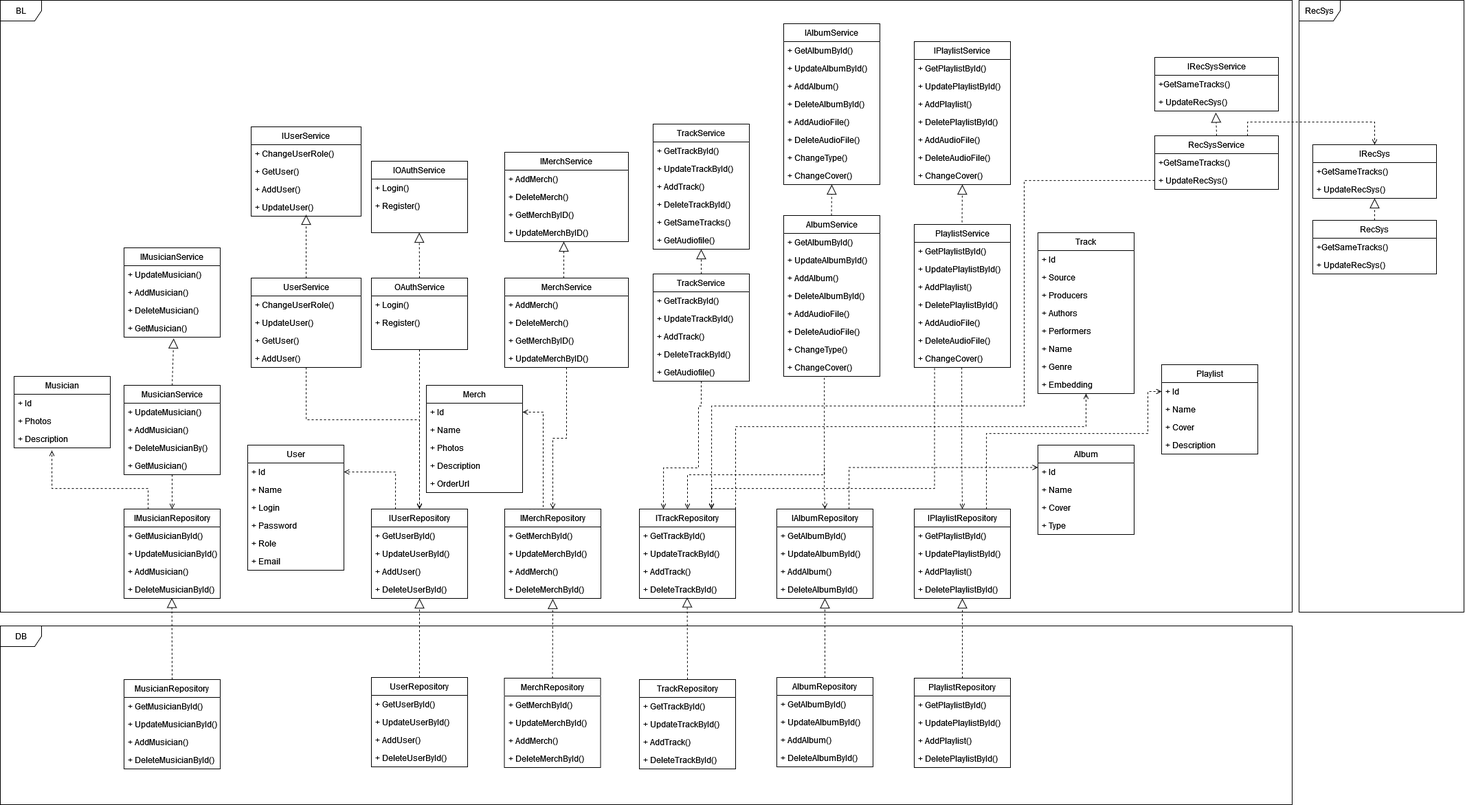
BuldakovMikhail/muzyaka keeps this draw.io diagram as docs/classdiag.png. Above is the earlier version. Source tidied: cells renumbered, new cells last; positions are measured from the earlier drawing's top-left corner, leaving out a move shared by most shapes.
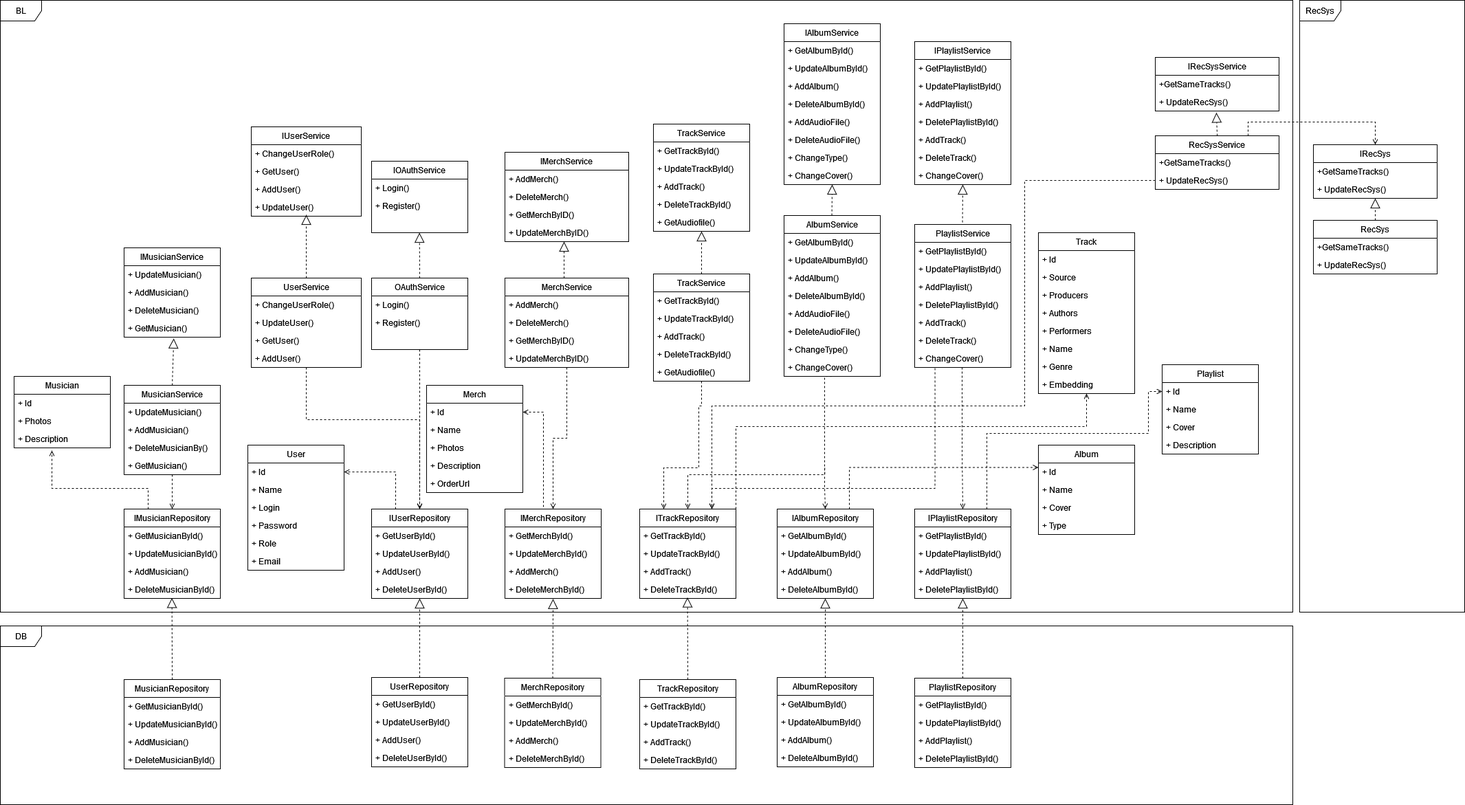
The same diagram one commit later.

Diff of the diagram source:
```diff
@@ -315,7 +315,7 @@
       </mxGeometry>
     </mxCell>
     <mxCell id="96" value="TrackService" style="swimlane;fontStyle=0;horizontal=1;startSize=26;fillColor=none;whiteSpace=wrap;html=1;" parent="1" vertex="1">
-      <mxGeometry x="950" y="180" width="140" height="182" as="geometry" />
+      <mxGeometry x="950" y="180" width="140" height="156" as="geometry" />
     </mxCell>
     <mxCell id="97" value="+ GetTrackById()" style="text;strokeColor=none;fillColor=none;align=left;verticalAlign=top;spacingLeft=4;spacingRight=4;overflow=hidden;whiteSpace=wrap;html=1;" parent="96" vertex="1">
       <mxGeometry y="26" width="140" height="26" as="geometry" />
@@ -329,11 +329,8 @@
     <mxCell id="100" value="+ DeleteTrackById()" style="text;strokeColor=none;fillColor=none;align=left;verticalAlign=top;spacingLeft=4;spacingRight=4;overflow=hidden;whiteSpace=wrap;html=1;" parent="96" vertex="1">
       <mxGeometry y="104" width="140" height="26" as="geometry" />
     </mxCell>
-    <mxCell id="101" value="+ GetSameTracks()" style="text;strokeColor=none;fillColor=none;align=left;verticalAlign=top;spacingLeft=4;spacingRight=4;overflow=hidden;whiteSpace=wrap;html=1;" parent="96" vertex="1">
-      <mxGeometry y="130" width="140" height="26" as="geometry" />
-    </mxCell>
     <mxCell id="102" value="+ GetAudiofile()" style="text;strokeColor=none;fillColor=none;align=left;verticalAlign=top;spacingLeft=4;spacingRight=4;overflow=hidden;points=[[0,0.5],[1,0.5]];portConstraint=eastwest;whiteSpace=wrap;html=1;" parent="96" vertex="1">
-      <mxGeometry y="156" width="140" height="26" as="geometry" />
+      <mxGeometry y="130" width="140" height="26" as="geometry" />
     </mxCell>
     <mxCell id="103" style="endArrow=block;dashed=1;endFill=0;endSize=12;html=1;rounded=0;exitX=0.5;exitY=0;exitDx=0;exitDy=0;" parent="1" edge="1" source="89" target="102">
       <mxGeometry relative="1" as="geometry" />
@@ -445,10 +442,10 @@
     <mxCell id="132" value="+ DeletePlaylistById()" style="text;strokeColor=none;fillColor=none;align=left;verticalAlign=top;spacingLeft=4;spacingRight=4;overflow=hidden;whiteSpace=wrap;html=1;" parent="128" vertex="1">
       <mxGeometry y="104" width="140" height="26" as="geometry" />
     </mxCell>
-    <mxCell id="133" value="+ AddAudioFile()" style="text;strokeColor=none;fillColor=none;align=left;verticalAlign=top;spacingLeft=4;spacingRight=4;overflow=hidden;whiteSpace=wrap;html=1;" parent="128" vertex="1">
+    <mxCell id="133" value="+ AddTrack()" style="text;strokeColor=none;fillColor=none;align=left;verticalAlign=top;spacingLeft=4;spacingRight=4;overflow=hidden;whiteSpace=wrap;html=1;" parent="128" vertex="1">
       <mxGeometry y="130" width="140" height="26" as="geometry" />
     </mxCell>
-    <mxCell id="134" value="+ DeleteAudioFile()" style="text;strokeColor=none;fillColor=none;align=left;verticalAlign=top;spacingLeft=4;spacingRight=4;overflow=hidden;whiteSpace=wrap;html=1;" parent="128" vertex="1">
+    <mxCell id="134" value="+ DeleteTrack()" style="text;strokeColor=none;fillColor=none;align=left;verticalAlign=top;spacingLeft=4;spacingRight=4;overflow=hidden;whiteSpace=wrap;html=1;" parent="128" vertex="1">
       <mxGeometry y="156" width="140" height="26" as="geometry" />
     </mxCell>
     <mxCell id="135" value="+ ChangeCover()" style="text;strokeColor=none;fillColor=none;align=left;verticalAlign=top;spacingLeft=4;spacingRight=4;overflow=hidden;whiteSpace=wrap;html=1;" parent="128" vertex="1">
@@ -474,10 +471,10 @@
     <mxCell id="141" value="+ DeletePlaylistById()" style="text;strokeColor=none;fillColor=none;align=left;verticalAlign=top;spacingLeft=4;spacingRight=4;overflow=hidden;whiteSpace=wrap;html=1;" parent="137" vertex="1">
       <mxGeometry y="104" width="140" height="26" as="geometry" />
     </mxCell>
-    <mxCell id="142" value="+ AddAudioFile()" style="text;strokeColor=none;fillColor=none;align=left;verticalAlign=top;spacingLeft=4;spacingRight=4;overflow=hidden;whiteSpace=wrap;html=1;" parent="137" vertex="1">
+    <mxCell id="142" value="+&amp;nbsp;AddTrack()" style="text;strokeColor=none;fillColor=none;align=left;verticalAlign=top;spacingLeft=4;spacingRight=4;overflow=hidden;whiteSpace=wrap;html=1;" parent="137" vertex="1">
       <mxGeometry y="130" width="140" height="26" as="geometry" />
     </mxCell>
-    <mxCell id="143" value="+ DeleteAudioFile()" style="text;strokeColor=none;fillColor=none;align=left;verticalAlign=top;spacingLeft=4;spacingRight=4;overflow=hidden;whiteSpace=wrap;html=1;" parent="137" vertex="1">
+    <mxCell id="143" value="+ DeleteTrack()" style="text;strokeColor=none;fillColor=none;align=left;verticalAlign=top;spacingLeft=4;spacingRight=4;overflow=hidden;whiteSpace=wrap;html=1;" parent="137" vertex="1">
       <mxGeometry y="156" width="140" height="26" as="geometry" />
     </mxCell>
     <mxCell id="144" value="+ ChangeCover()" style="text;strokeColor=none;fillColor=none;align=left;verticalAlign=top;spacingLeft=4;spacingRight=4;overflow=hidden;points=[[0,0.5],[1,0.5]];portConstraint=eastwest;whiteSpace=wrap;html=1;" parent="137" vertex="1">
```
